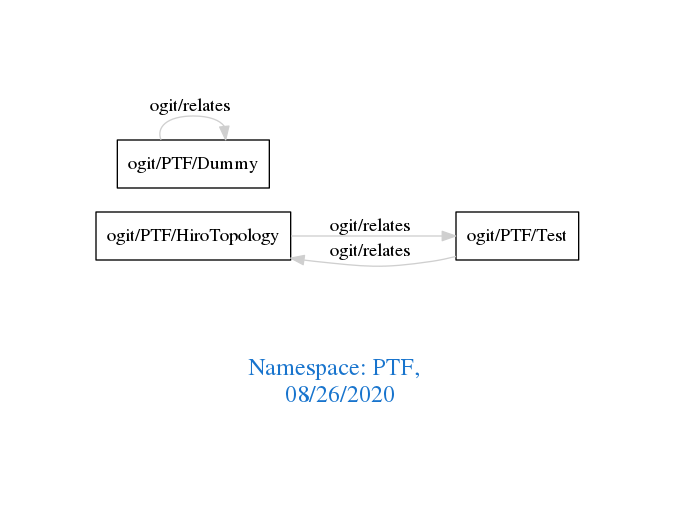
Before: downloads/PTF.png, a diagram exported from Graphviz (arago/OGIT). Its source is kept beside it as downloads/PTF.dot.
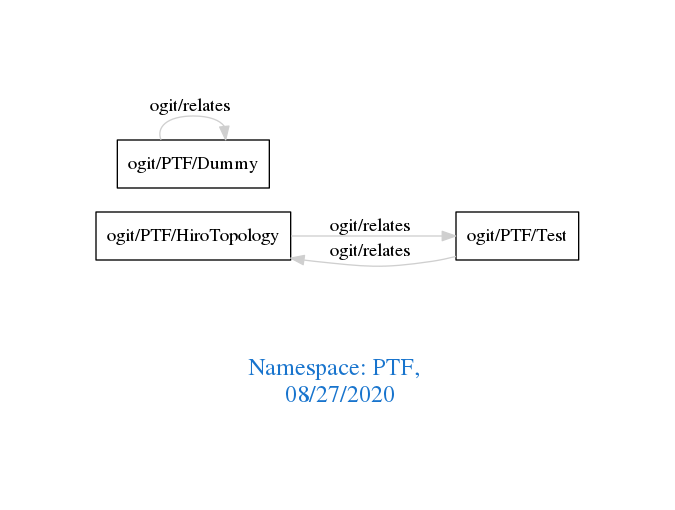
Later version of the same file.

Diff of the diagram source:
```diff
@@ -1,7 +1,7 @@
 digraph OGIT_ontology {
  graph [ rankdir= LR,pad=1
 fontsize = 18,
-fontcolor= dodgerblue3,label = "\n\n\nNamespace: PTF, \n 08/26/2020"];
+fontcolor= dodgerblue3,label = "\n\n\nNamespace: PTF, \n 08/27/2020"];
 node[shape=polygon];
 edge [  color="gray81"];
 
```
